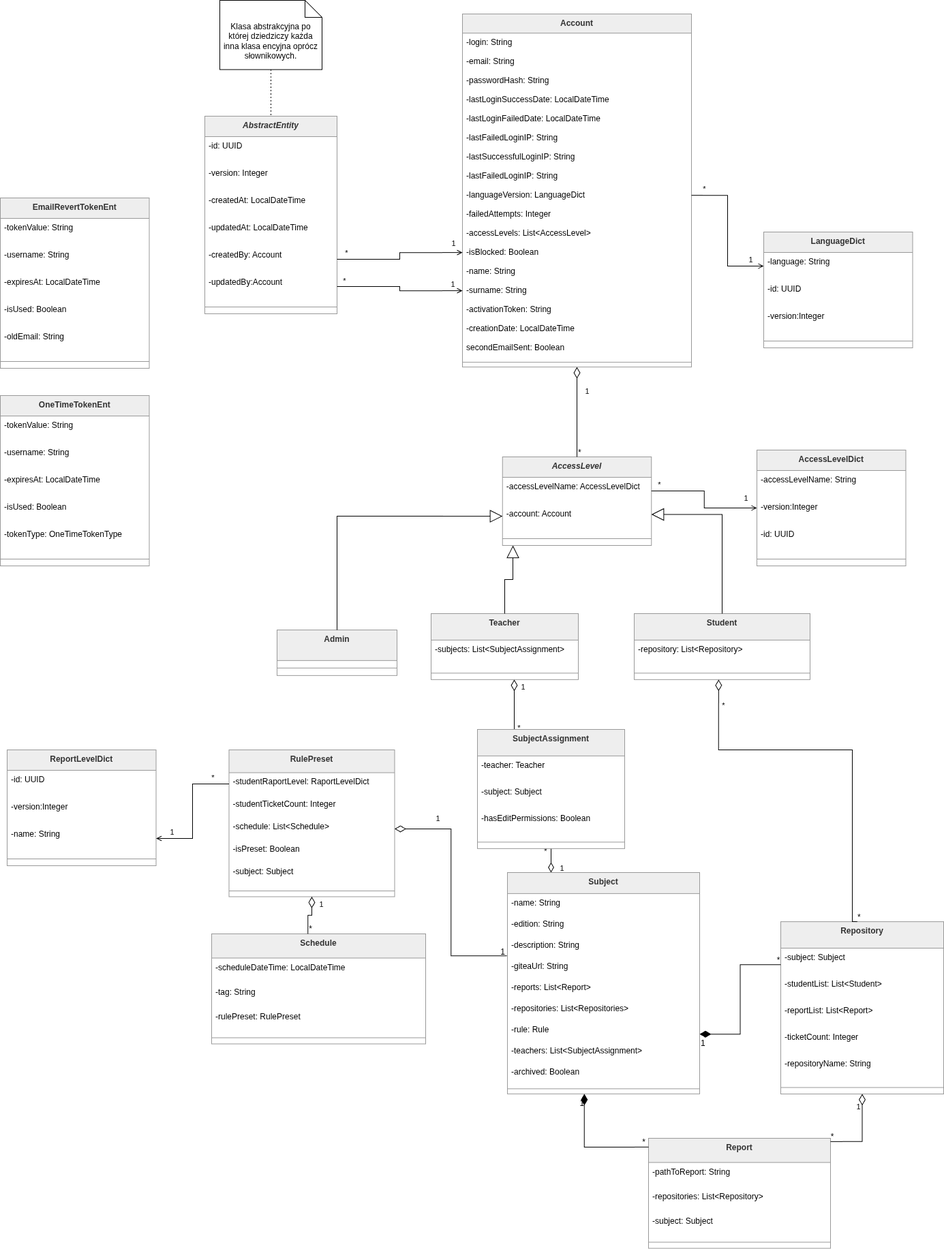
jkozlowsky/antiplagiarism-system keeps this draw.io diagram as ssbd/1wstepny/img/Domain_UML.png. Above is the earlier version. Source tidied: cells renumbered, new cells last; positions are measured from the earlier drawing's top-left corner, leaving out a move shared by most shapes.
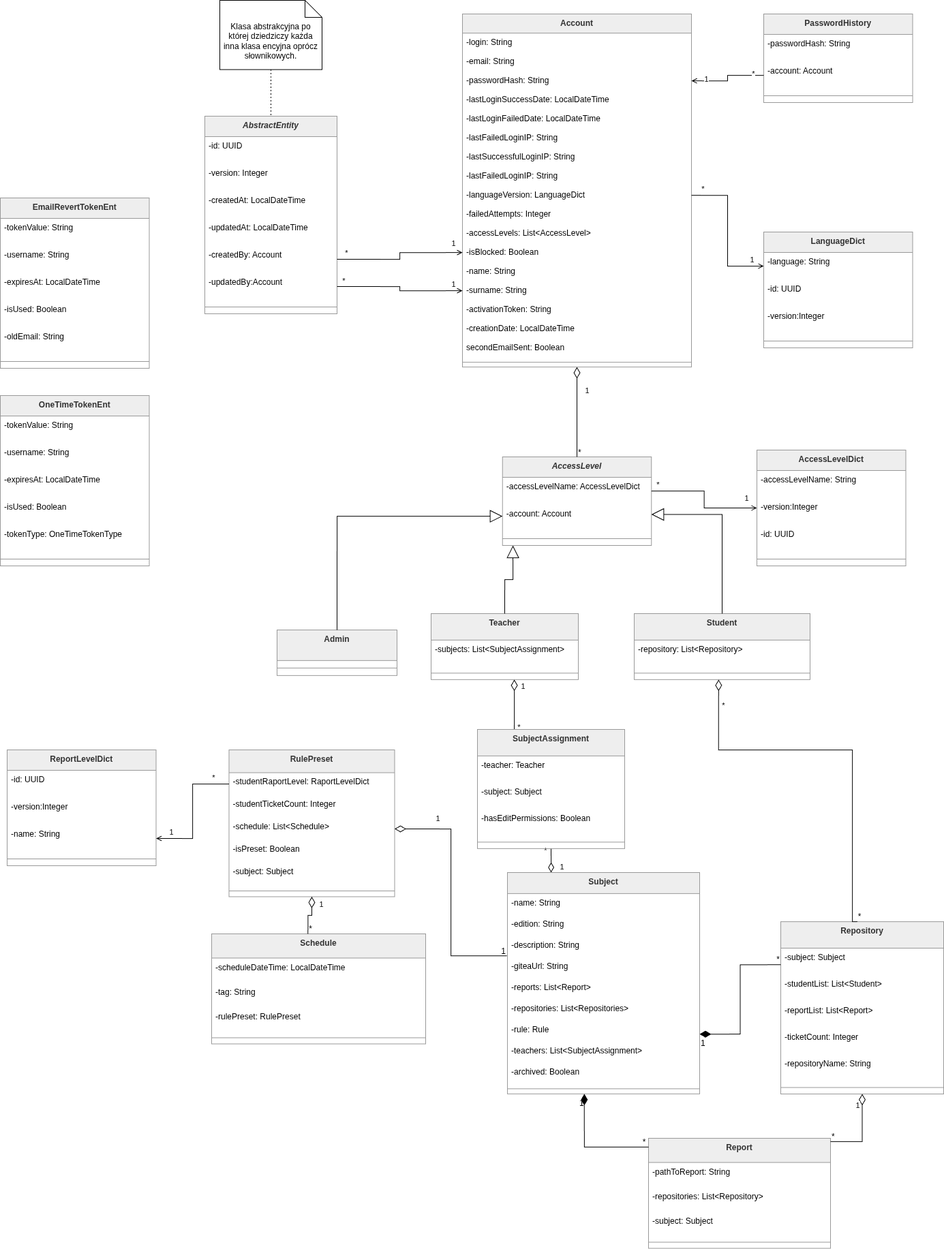
Above is the later version.

Diff of the diagram source:
```diff
@@ -524,5 +524,26 @@
     <mxCell id="156" style="line;strokeWidth=1;fillColor=none;align=left;verticalAlign=middle;spacingTop=-1;spacingLeft=3;spacingRight=3;labelPosition=right;strokeColor=inherit;" parent="150" vertex="1">
       <mxGeometry y="230" width="218.5" height="20" as="geometry" />
     </mxCell>
+    <mxCell id="157" value="PasswordHistory" style="swimlane;fontStyle=1;align=center;verticalAlign=top;horizontal=1;startSize=30;fillColor=light-dark(#eeeeee,#1f2020);strokeColor=light-dark(#999999,#cccccc);fontColor=light-dark(#333333,#cccccc);" parent="1" vertex="1">
+      <mxGeometry x="1120" y="20" width="218.5" height="130" as="geometry" />
+    </mxCell>
+    <mxCell id="158" value="-passwordHash: String" style="text;strokeColor=none;fillColor=none;align=left;verticalAlign=top;spacingLeft=4;spacingRight=4;overflow=hidden;" parent="157" vertex="1">
+      <mxGeometry y="30" width="218.5" height="40" as="geometry" />
+    </mxCell>
+    <mxCell id="159" value="-account: Account" style="text;strokeColor=none;fillColor=none;align=left;verticalAlign=top;spacingLeft=4;spacingRight=4;overflow=hidden;points=[[0,0.5],[1,0.5]];portConstraint=eastwest;" parent="157" vertex="1">
+      <mxGeometry y="70" width="218.5" height="40" as="geometry" />
+    </mxCell>
+    <mxCell id="160" style="line;strokeWidth=1;fillColor=none;align=left;verticalAlign=middle;spacingTop=-1;spacingLeft=3;spacingRight=3;labelPosition=right;strokeColor=inherit;" parent="157" vertex="1">
+      <mxGeometry y="110" width="218.5" height="20" as="geometry" />
+    </mxCell>
+    <mxCell id="161" style="edgeStyle=orthogonalEdgeStyle;rounded=0;jettySize=auto;html=1;entryX=1;entryY=0.5;entryDx=0;entryDy=0;endArrow=open;endFill=0;" parent="1" edge="1" source="159" target="13">
+      <mxGeometry relative="1" as="geometry" />
+    </mxCell>
+    <mxCell id="162" value="1" style="edgeLabel;html=1;align=center;verticalAlign=middle;" parent="161" vertex="1">
+      <mxGeometry x="0.63" y="-3" relative="1" as="geometry" />
+    </mxCell>
+    <mxCell id="163" value="*" style="edgeLabel;html=1;align=center;verticalAlign=middle;" parent="161" vertex="1">
+      <mxGeometry x="-0.72" y="-3" relative="1" as="geometry" />
+    </mxCell>
   </root>
 </mxGraphModel>
```
